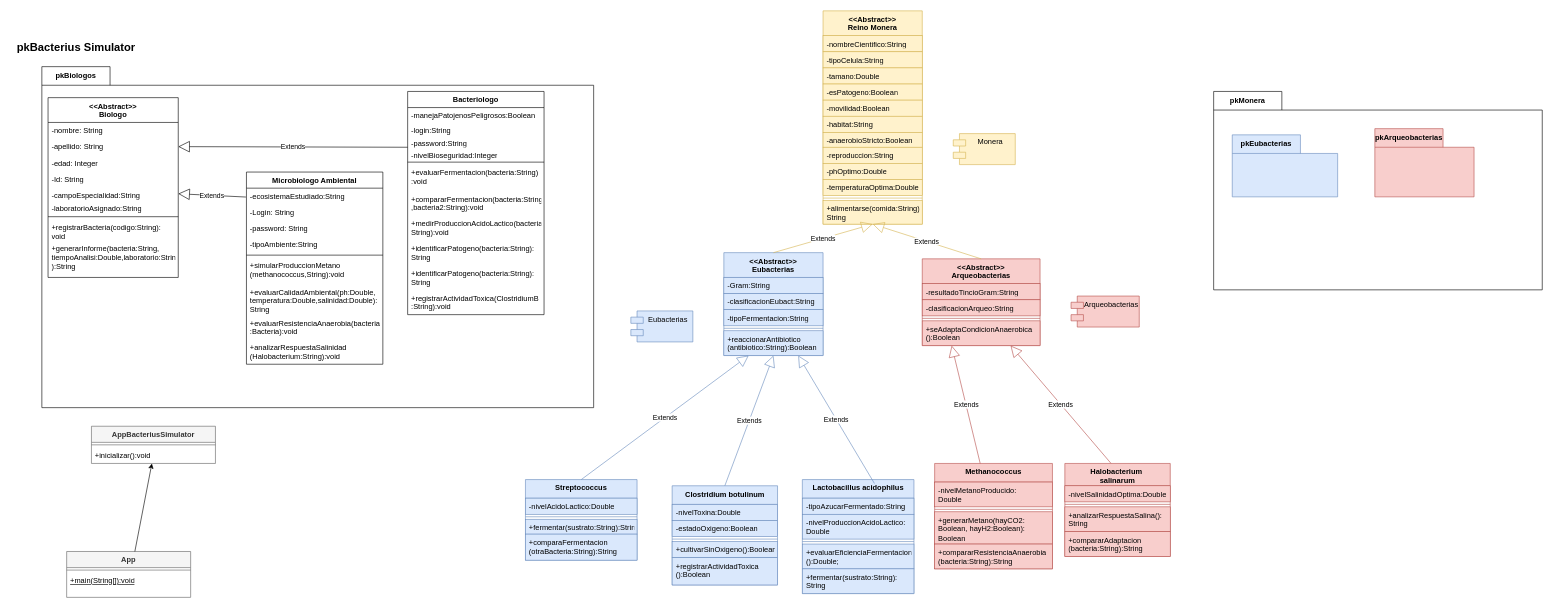
C-b4s/GrupoCinco_ReinoMonera keeps this draw.io diagram as Design/ClassDiagrama.drawio. Above is the earlier version. Source tidied: cells renumbered, new cells numbered last; positions are measured from the earlier drawing's top-left corner, leaving out a move shared by most shapes. Both pictures are drawn from the tidied source at 62%, with x=0, y=0 at pixel (11, 11).
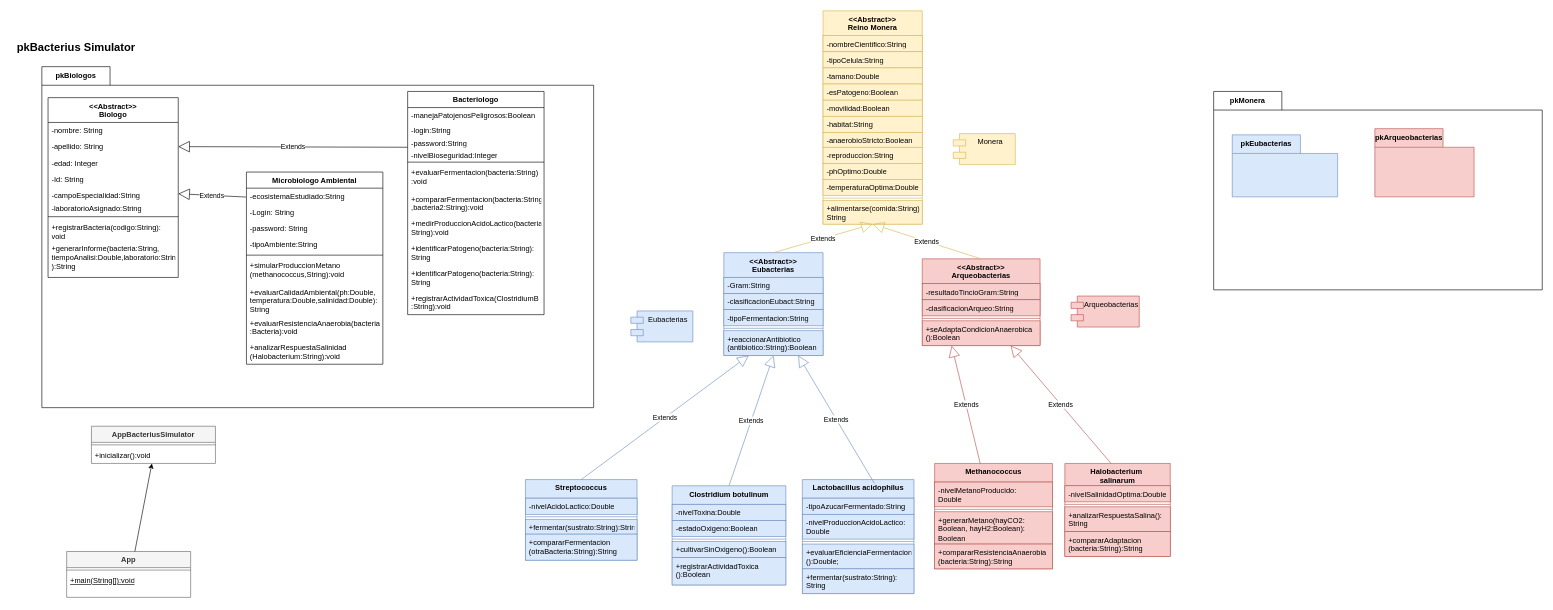
The same diagram, later.

Commit message:
Se realizaron cambios en las clases

Unchanged cells that the change refers to:
```xml
<mxCell id="65" value="Streptococcus" style="swimlane;fontStyle=1;align=center;verticalAlign=top;horizontal=1;startSize=30;whiteSpace=wrap;html=1;fillColor=#dae8fc;strokeColor=#6c8ebf;" parent="1" vertex="1">
  <mxGeometry x="830" y="756" width="180" height="130" as="geometry" />
</mxCell>
```

What changed in the source:
```diff
@@
-    <mxCell id="69" value="+comparaFermentacion&lt;br&gt;(otraBacteria:String):String" style="text;strokeColor=#6c8ebf;fillColor=#dae8fc;align=left;verticalAlign=top;spacingLeft=4;spacingRight=4;overflow=hidden;whiteSpace=wrap;html=1;" parent="65" vertex="1">
+    <mxCell id="69" value="+compararFermentacion&lt;br&gt;(otraBacteria:String):String" style="text;strokeColor=#6c8ebf;fillColor=#dae8fc;align=left;verticalAlign=top;spacingLeft=4;spacingRight=4;overflow=hidden;whiteSpace=wrap;html=1;" parent="65" vertex="1">
       <mxGeometry y="88" width="180" height="42" as="geometry" />
     </mxCell>
     <mxCell id="70" value="Clostridium botulinum" style="swimlane;fontStyle=1;align=center;verticalAlign=top;horizontal=1;startSize=30;whiteSpace=wrap;html=1;fillColor=#dae8fc;strokeColor=#6c8ebf;" parent="1" vertex="1">
-      <mxGeometry x="1066.6" y="766" width="170" height="160" as="geometry" />
+      <mxGeometry x="1066.6" y="766" width="183.4" height="160" as="geometry" />
     </mxCell>
     <mxCell id="71" value="-nivelToxina:Double" style="text;strokeColor=#6c8ebf;fillColor=#dae8fc;align=left;verticalAlign=top;spacingLeft=4;spacingRight=4;overflow=hidden;whiteSpace=wrap;html=1;" parent="70" vertex="1">
-      <mxGeometry y="30" width="170" height="26" as="geometry" />
+      <mxGeometry y="30" width="183.4" height="26" as="geometry" />
     </mxCell>
     <mxCell id="72" value="-estadoOxigeno:Boolean" style="text;strokeColor=#6c8ebf;fillColor=#dae8fc;align=left;verticalAlign=top;spacingLeft=4;spacingRight=4;overflow=hidden;whiteSpace=wrap;html=1;" parent="70" vertex="1">
-      <mxGeometry y="56" width="170" height="26" as="geometry" />
+      <mxGeometry y="56" width="183.4" height="26" as="geometry" />
     </mxCell>
     <mxCell id="73" style="line;strokeWidth=1;fillColor=#dae8fc;align=left;verticalAlign=middle;spacingTop=-1;spacingLeft=3;spacingRight=3;labelPosition=right;strokeColor=#6c8ebf;" parent="70" vertex="1">
-      <mxGeometry y="82" width="170" height="8" as="geometry" />
+      <mxGeometry y="82" width="183.4" height="8" as="geometry" />
     </mxCell>
     <mxCell id="74" value="+cultivarSinOxigeno():Boolean" style="text;strokeColor=#6c8ebf;fillColor=#dae8fc;align=left;verticalAlign=top;spacingLeft=4;spacingRight=4;overflow=hidden;whiteSpace=wrap;html=1;" parent="70" vertex="1">
-      <mxGeometry y="90" width="170" height="26" as="geometry" />
+      <mxGeometry y="90" width="183.4" height="26" as="geometry" />
     </mxCell>
     <mxCell id="75" value="+registrarActividadToxica&lt;br&gt;():Boolean" style="text;strokeColor=#6c8ebf;fillColor=#dae8fc;align=left;verticalAlign=top;spacingLeft=4;spacingRight=4;overflow=hidden;whiteSpace=wrap;html=1;" parent="70" vertex="1">
-      <mxGeometry y="116" width="170" height="44" as="geometry" />
+      <mxGeometry y="116" width="183.4" height="44" as="geometry" />
     </mxCell>
```
